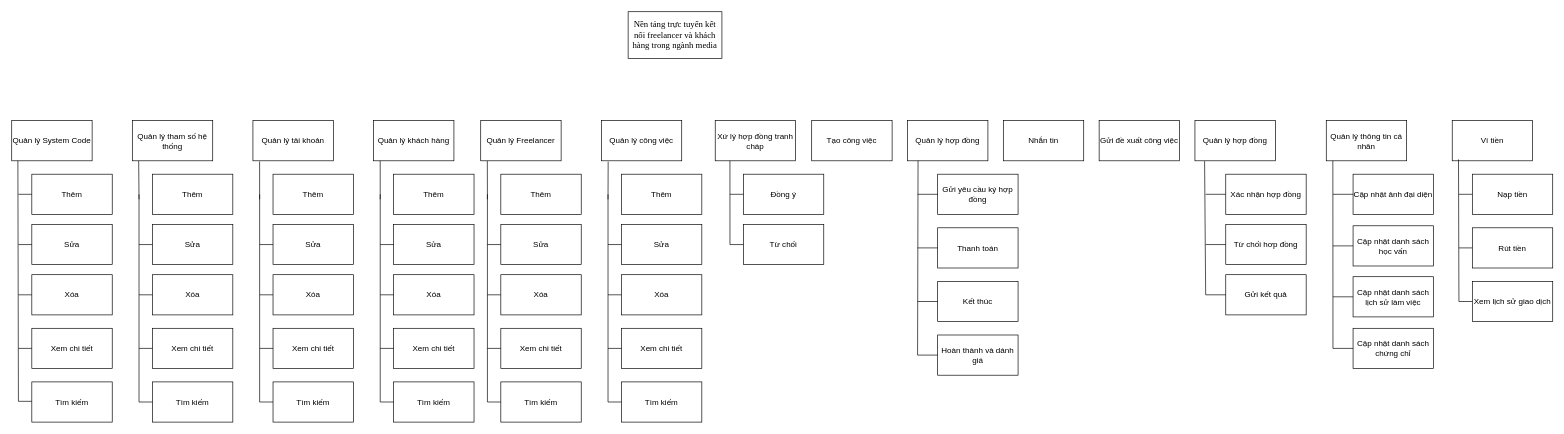
Before: Untitled Diagram.drawio in SonSWE/demo, a draw.io diagram. Source tidied: cells renumbered, new cells numbered last; positions are measured from the earlier drawing's top-left corner, leaving out a move shared by most shapes. Both pictures are drawn from the tidied source at 67%, with x=0, y=0 at pixel (11, 11).
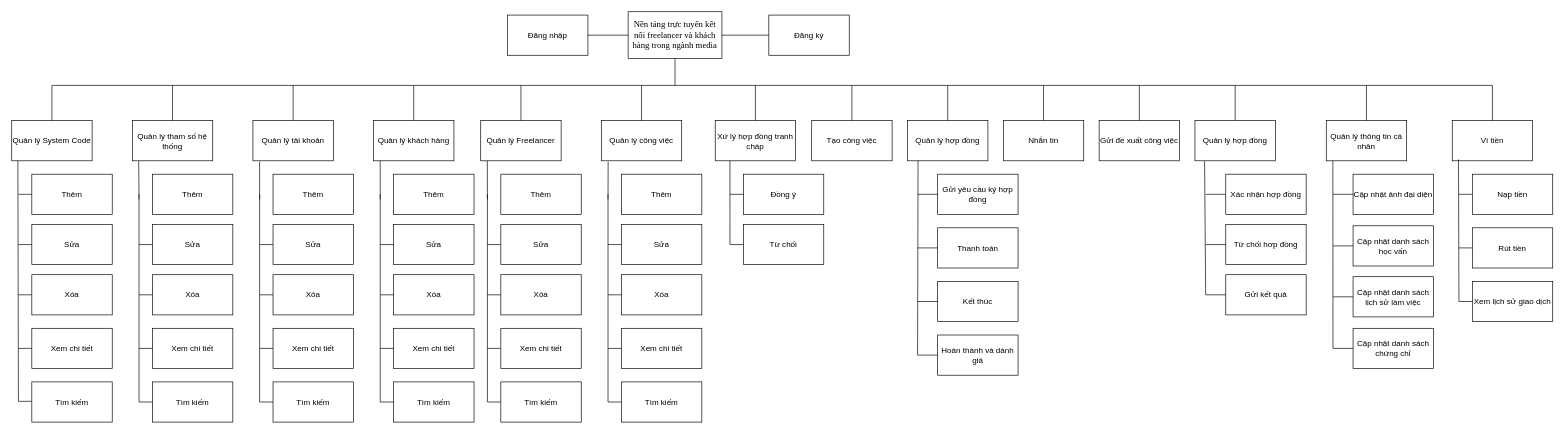
After the change.

Unchanged cells that the change refers to:
```xml
<mxCell id="2" value="&lt;span id=&quot;docs-internal-guid-e63f9195-7fff-ff98-d626-0c9858815c69&quot;&gt;&lt;span style=&quot;font-family: &amp;quot;Times New Roman&amp;quot;, serif; background-color: transparent; font-variant-numeric: normal; font-variant-east-asian: normal; font-variant-alternates: normal; font-variant-position: normal; font-variant-emoji: normal; vertical-align: baseline; white-space-collapse: preserve;&quot;&gt;&lt;font style=&quot;font-size: 13px;&quot;&gt;Nền tảng trực tuyến kết nối freelancer và khách hàng trong ngành media&lt;/font&gt;&lt;/span&gt;&lt;/span&gt;" style="rounded=0;whiteSpace=wrap;html=1;" parent="1" vertex="1">
  <mxGeometry x="920" width="140" height="70" as="geometry" />
</mxCell>
<mxCell id="3" value="Xứ lý hợp đồng tranh cháp" style="rounded=0;whiteSpace=wrap;html=1;" parent="1" vertex="1">
  <mxGeometry x="1050" y="162.5" width="120" height="60" as="geometry" />
</mxCell>
<mxCell id="4" value="Tạo công việc" style="rounded=0;whiteSpace=wrap;html=1;" parent="1" vertex="1">
  <mxGeometry x="1194" y="162.5" width="120" height="60" as="geometry" />
</mxCell>
<mxCell id="5" value="Quản lý hợp đồng" style="rounded=0;whiteSpace=wrap;html=1;" parent="1" vertex="1">
  <mxGeometry x="1337" y="162.5" width="120" height="60" as="geometry" />
</mxCell>
<mxCell id="10" value="Nhắn tin" style="rounded=0;whiteSpace=wrap;html=1;" parent="1" vertex="1">
  <mxGeometry x="1480" y="162.5" width="120" height="60" as="geometry" />
</mxCell>
<mxCell id="11" value="Gửi đề xuất công việc" style="rounded=0;whiteSpace=wrap;html=1;" parent="1" vertex="1">
  <mxGeometry x="1623" y="162.5" width="120" height="60" as="geometry" />
</mxCell>
<mxCell id="13" value="Quản lý System Code" style="rounded=0;whiteSpace=wrap;html=1;" parent="12" vertex="1">
  <mxGeometry width="120" height="60" as="geometry" />
</mxCell>
<mxCell id="25" value="Quản lý tham số hệ thống" style="rounded=0;whiteSpace=wrap;html=1;" parent="24" vertex="1">
  <mxGeometry width="120" height="60" as="geometry" />
</mxCell>
<mxCell id="37" value="Quản lý tải khoản" style="rounded=0;whiteSpace=wrap;html=1;" parent="36" vertex="1">
  <mxGeometry width="120" height="60" as="geometry" />
</mxCell>
<mxCell id="49" value="Quản lý khách hàng" style="rounded=0;whiteSpace=wrap;html=1;" parent="48" vertex="1">
  <mxGeometry width="120" height="60" as="geometry" />
</mxCell>
<mxCell id="61" value="Quản lý Freelancer" style="rounded=0;whiteSpace=wrap;html=1;" parent="60" vertex="1">
  <mxGeometry width="120" height="60" as="geometry" />
</mxCell>
<mxCell id="73" value="Quản lý công việc" style="rounded=0;whiteSpace=wrap;html=1;" parent="72" vertex="1">
  <mxGeometry width="120" height="60" as="geometry" />
</mxCell>
<mxCell id="93" value="Ví tiền" style="rounded=0;whiteSpace=wrap;html=1;" parent="92" vertex="1">
  <mxGeometry width="120" height="60" as="geometry" />
</mxCell>
<mxCell id="101" value="Quản lý thông tin cá nhân" style="rounded=0;whiteSpace=wrap;html=1;" parent="100" vertex="1">
  <mxGeometry width="120" height="60" as="geometry" />
</mxCell>
<mxCell id="111" value="Quản lý hợp đồng" style="rounded=0;whiteSpace=wrap;html=1;" parent="110" vertex="1">
  <mxGeometry width="120" height="60" as="geometry" />
</mxCell>
```

What changed in the source:
```diff
@@
-    <mxCell id="92" style="group;" parent="1" vertex="1">
+    <mxCell id="92" style="group;direction=east;" parent="1" vertex="1">
       <mxGeometry x="2150" y="162.5" width="150" height="300" as="geometry" />
     </mxCell>
@@
+    <mxCell id="118" style="endArrow=none;html=1;rounded=0;entryX=0.5;entryY=1;entryDx=0;entryDy=0;exitX=0.5;exitY=0;exitDx=0;exitDy=0;" parent="1" edge="1" source="13" target="2">
+      <mxGeometry relative="1" as="geometry">
+        <Array as="points">
+          <mxPoint x="60" y="110" />
+          <mxPoint x="990" y="110" />
+        </Array>
+      </mxGeometry>
+    </mxCell>
+    <mxCell id="119" style="endArrow=none;html=1;rounded=0;entryX=0.5;entryY=0;entryDx=0;entryDy=0;" parent="1" edge="1" target="93">
+      <mxGeometry relative="1" as="geometry">
+        <mxPoint x="990" y="110" as="sourcePoint" />
+        <Array as="points">
+          <mxPoint x="2210" y="110" />
+        </Array>
+      </mxGeometry>
+    </mxCell>
+    <mxCell id="120" style="endArrow=none;html=1;rounded=0;entryX=0.5;entryY=0;entryDx=0;entryDy=0;" parent="1" edge="1" target="25">
+      <mxGeometry relative="1" as="geometry">
+        <mxPoint x="240" y="110" as="sourcePoint" />
+      </mxGeometry>
+    </mxCell>
+    <mxCell id="121" style="endArrow=none;html=1;rounded=0;entryX=0.5;entryY=0;entryDx=0;entryDy=0;" parent="1" edge="1" target="37">
+      <mxGeometry relative="1" as="geometry">
+        <mxPoint x="420" y="110" as="sourcePoint" />
+      </mxGeometry>
+    </mxCell>
+    <mxCell id="122" style="endArrow=none;html=1;rounded=0;entryX=0.5;entryY=0;entryDx=0;entryDy=0;" parent="1" edge="1" target="49">
+      <mxGeometry relative="1" as="geometry">
+        <mxPoint x="600" y="110" as="sourcePoint" />
+      </mxGeometry>
+    </mxCell>
+    <mxCell id="123" style="endArrow=none;html=1;rounded=0;entryX=0.5;entryY=0;entryDx=0;entryDy=0;" parent="1" edge="1" target="61">
+      <mxGeometry relative="1" as="geometry">
+        <mxPoint x="760" y="110" as="sourcePoint" />
+      </mxGeometry>
+    </mxCell>
+    <mxCell id="124" style="endArrow=none;html=1;rounded=0;entryX=0.5;entryY=0;entryDx=0;entryDy=0;" parent="1" edge="1" target="73">
+      <mxGeometry relative="1" as="geometry">
+        <mxPoint x="940" y="110" as="sourcePoint" />
+      </mxGeometry>
+    </mxCell>
+    <mxCell id="125" style="endArrow=none;html=1;rounded=0;entryX=0.5;entryY=0;entryDx=0;entryDy=0;" parent="1" edge="1" target="3">
+      <mxGeometry relative="1" as="geometry">
+        <mxPoint x="1110" y="110" as="sourcePoint" />
+      </mxGeometry>
+    </mxCell>
+    <mxCell id="126" style="endArrow=none;html=1;rounded=0;entryX=0.5;entryY=0;entryDx=0;entryDy=0;" parent="1" edge="1" target="4">
+      <mxGeometry relative="1" as="geometry">
+        <mxPoint x="1254" y="110" as="sourcePoint" />
+      </mxGeometry>
+    </mxCell>
+    <mxCell id="127" style="endArrow=none;html=1;rounded=0;entryX=0.5;entryY=0;entryDx=0;entryDy=0;" parent="1" edge="1" target="5">
+      <mxGeometry relative="1" as="geometry">
+        <mxPoint x="1397" y="110" as="sourcePoint" />
+      </mxGeometry>
+    </mxCell>
+    <mxCell id="128" style="endArrow=none;html=1;rounded=0;entryX=0.5;entryY=0;entryDx=0;entryDy=0;" parent="1" edge="1" target="10">
+      <mxGeometry relative="1" as="geometry">
+        <mxPoint x="1540" y="110" as="sourcePoint" />
+      </mxGeometry>
+    </mxCell>
+    <mxCell id="129" style="endArrow=none;html=1;rounded=0;entryX=0.5;entryY=0;entryDx=0;entryDy=0;" parent="1" edge="1" target="11">
+      <mxGeometry relative="1" as="geometry">
+        <mxPoint x="1683" y="110" as="sourcePoint" />
+      </mxGeometry>
+    </mxCell>
+    <mxCell id="130" style="endArrow=none;html=1;rounded=0;entryX=0.5;entryY=0;entryDx=0;entryDy=0;" parent="1" edge="1" target="111">
+      <mxGeometry relative="1" as="geometry">
+        <mxPoint x="1826" y="110" as="sourcePoint" />
+      </mxGeometry>
+    </mxCell>
+    <mxCell id="131" style="endArrow=none;html=1;rounded=0;entryX=0.5;entryY=0;entryDx=0;entryDy=0;" parent="1" edge="1" target="101">
+      <mxGeometry relative="1" as="geometry">
+        <mxPoint x="2022" y="110" as="sourcePoint" />
+      </mxGeometry>
+    </mxCell>
+    <mxCell id="132" value="Đăng nhập" style="rounded=0;whiteSpace=wrap;html=1;" parent="1" vertex="1">
+      <mxGeometry x="740" y="5" width="120" height="60" as="geometry" />
+    </mxCell>
+    <mxCell id="133" value="Đăng ký" style="rounded=0;whiteSpace=wrap;html=1;" parent="1" vertex="1">
+      <mxGeometry x="1130" y="5" width="120" height="60" as="geometry" />
+    </mxCell>
+    <mxCell id="134" style="endArrow=none;html=1;rounded=0;exitX=0;exitY=0.5;exitDx=0;exitDy=0;entryX=1;entryY=0.5;entryDx=0;entryDy=0;" parent="1" edge="1" source="2" target="132">
+      <mxGeometry relative="1" as="geometry" />
+    </mxCell>
+    <mxCell id="135" style="endArrow=none;html=1;rounded=0;entryX=0;entryY=0.5;entryDx=0;entryDy=0;exitX=1;exitY=0.5;exitDx=0;exitDy=0;" parent="1" edge="1" source="2" target="133">
+      <mxGeometry relative="1" as="geometry" />
+    </mxCell>
```
